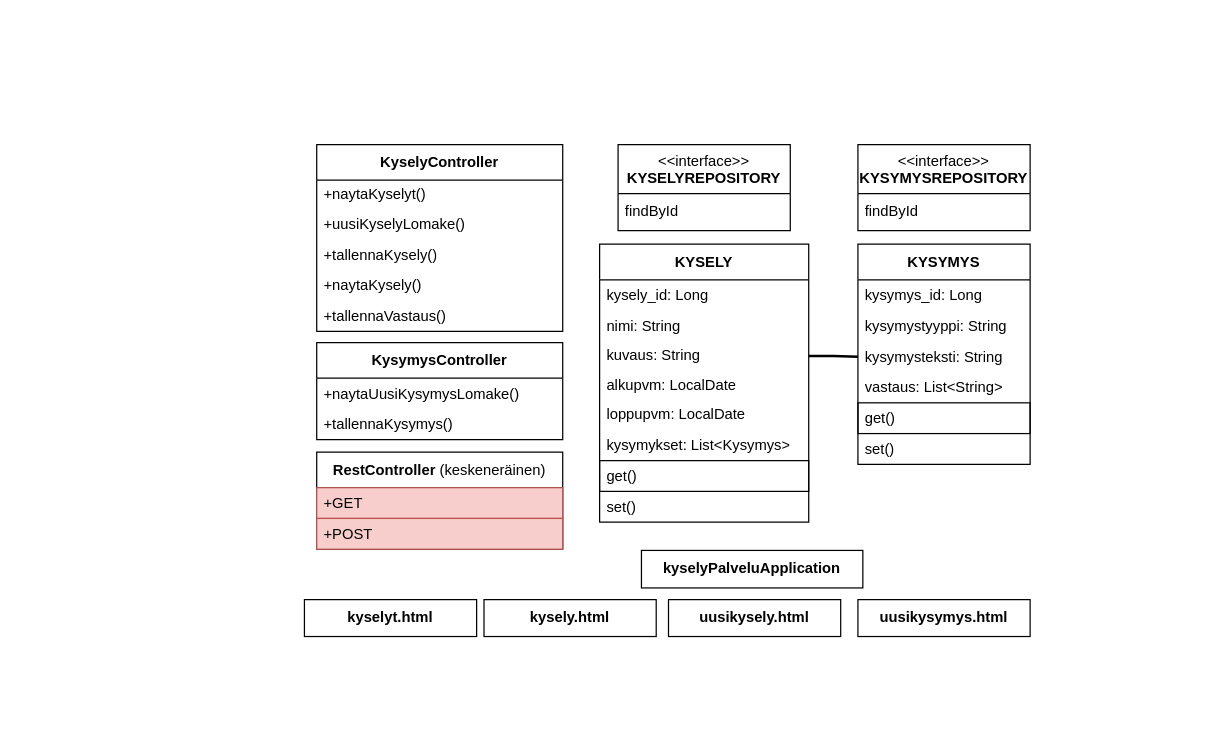
The draw.io diagram page "Sivu-1" (1 of 2) of Kaaviot/javakaavio_kysely.drawio in Scrumionit/Dokumentaatio-repo, before the edit. Source tidied: cells renumbered, new cells numbered last; positions are measured from the earlier drawing's top-left corner, leaving out a move shared by most shapes. Both pictures are drawn from the tidied source at 123%, with x=0, y=0 at pixel (304, 144).
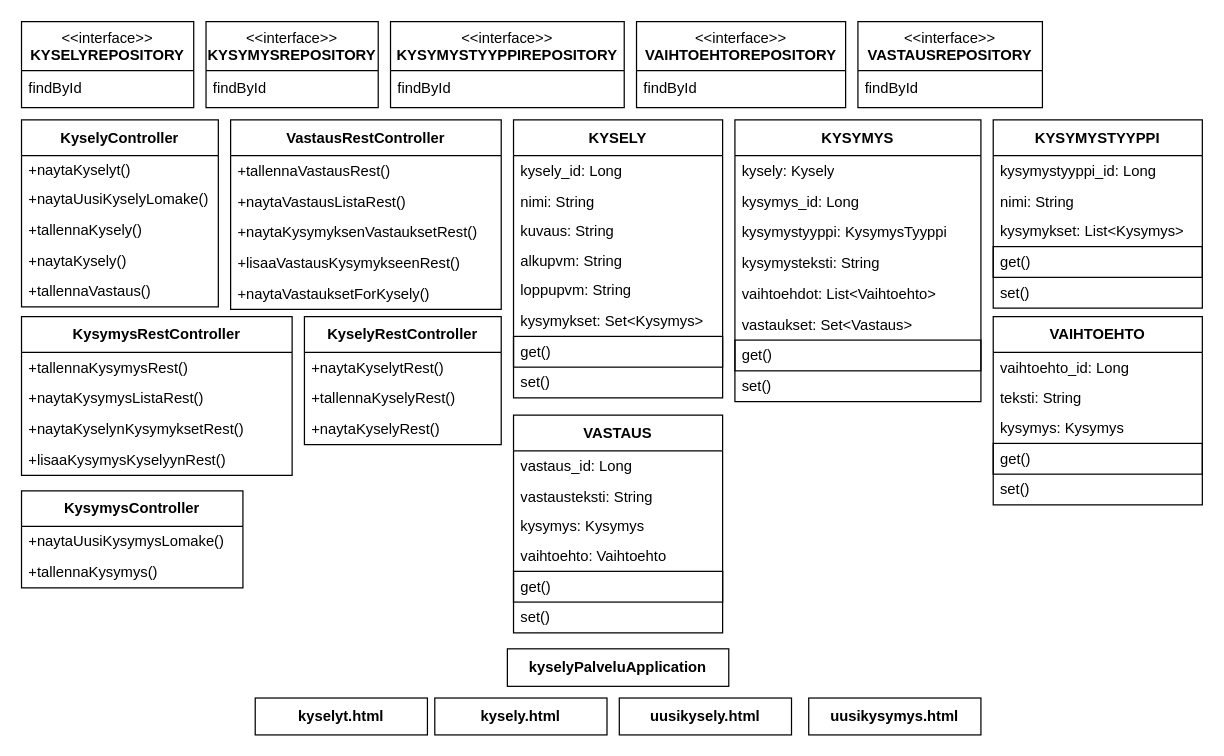
The same diagram, later.

Commit message:
Uusi javakaavio drawio.

Unchanged cells that the change refers to:
```xml
<mxCell id="5" value="kuvaus: String" style="text;html=1;strokeColor=none;fillColor=none;align=left;verticalAlign=middle;spacingLeft=4;spacingRight=4;overflow=hidden;points=[[0,0.5],[1,0.5]];portConstraint=eastwest;whiteSpace=wrap;" parent="2" vertex="1">
  <mxGeometry y="79" width="170" height="24" as="geometry" />
</mxCell>
```

The edit, as a diff of the source:
```diff
@@
     <mxCell id="2" value="KYSELY" style="swimlane;fontStyle=1;align=center;verticalAlign=middle;horizontal=1;startSize=29;html=1;whiteSpace=wrap;" parent="1" vertex="1">
-      <mxGeometry x="240" y="81" width="170" height="226" as="geometry" />
+      <mxGeometry x="170" y="-20" width="170" height="226" as="geometry" />
     </mxCell>
@@
-    <mxCell id="6" value="alkupvm: LocalDate" style="text;html=1;strokeColor=none;fillColor=none;align=left;verticalAlign=middle;spacingLeft=4;spacingRight=4;overflow=hidden;whiteSpace=wrap;" parent="2" vertex="1">
+    <mxCell id="6" value="alkupvm: String" style="text;html=1;strokeColor=none;fillColor=none;align=left;verticalAlign=middle;spacingLeft=4;spacingRight=4;overflow=hidden;whiteSpace=wrap;" parent="2" vertex="1">
       <mxGeometry y="103" width="170" height="24" as="geometry" />
     </mxCell>
-    <mxCell id="7" value="loppupvm: LocalDate" style="text;html=1;strokeColor=none;fillColor=none;align=left;verticalAlign=middle;spacingLeft=4;spacingRight=4;overflow=hidden;whiteSpace=wrap;" parent="2" vertex="1">
+    <mxCell id="7" value="loppupvm: String" style="text;html=1;strokeColor=none;fillColor=none;align=left;verticalAlign=middle;spacingLeft=4;spacingRight=4;overflow=hidden;whiteSpace=wrap;" parent="2" vertex="1">
       <mxGeometry y="127" width="170" height="24" as="geometry" />
     </mxCell>
-    <mxCell id="8" value="kysymykset: List&amp;lt;Kysymys&amp;gt;" style="text;html=1;strokeColor=none;fillColor=none;align=left;verticalAlign=middle;spacingLeft=4;spacingRight=4;overflow=hidden;whiteSpace=wrap;" parent="2" vertex="1">
+    <mxCell id="8" value="kysymykset: Set&amp;lt;Kysymys&amp;gt;" style="text;html=1;strokeColor=none;fillColor=none;align=left;verticalAlign=middle;spacingLeft=4;spacingRight=4;overflow=hidden;whiteSpace=wrap;" parent="2" vertex="1">
       <mxGeometry y="151" width="170" height="25" as="geometry" />
     </mxCell>
@@
     <mxCell id="11" value="KYSYMYS" style="swimlane;fontStyle=1;align=center;verticalAlign=middle;horizontal=1;startSize=29;html=1;whiteSpace=wrap;" parent="1" vertex="1">
-      <mxGeometry x="450" y="81" width="140" height="179" as="geometry" />
+      <mxGeometry x="350" y="-20" width="200" height="229" as="geometry" />
     </mxCell>
+    <mxCell id="40" value="kysely: Kysely" style="text;html=1;strokeColor=none;fillColor=none;align=left;verticalAlign=middle;spacingLeft=4;spacingRight=4;overflow=hidden;whiteSpace=wrap;" parent="11" vertex="1">
+      <mxGeometry y="29" width="200" height="25" as="geometry" />
+    </mxCell>
     <mxCell id="12" value="kysymys_id: Long" style="text;html=1;strokeColor=none;fillColor=none;align=left;verticalAlign=middle;spacingLeft=4;spacingRight=4;overflow=hidden;whiteSpace=wrap;" parent="11" vertex="1">
-      <mxGeometry y="29" width="140" height="25" as="geometry" />
+      <mxGeometry y="54" width="200" height="25" as="geometry" />
     </mxCell>
-    <mxCell id="13" value="kysymystyyppi: String" style="text;html=1;strokeColor=none;fillColor=none;align=left;verticalAlign=middle;spacingLeft=4;spacingRight=4;overflow=hidden;whiteSpace=wrap;" parent="11" vertex="1">
-      <mxGeometry y="54" width="140" height="25" as="geometry" />
+    <mxCell id="13" value="kysymystyyppi: KysymysTyyppi" style="text;html=1;strokeColor=none;fillColor=none;align=left;verticalAlign=middle;spacingLeft=4;spacingRight=4;overflow=hidden;whiteSpace=wrap;" parent="11" vertex="1">
+      <mxGeometry y="79" width="200" height="25" as="geometry" />
     </mxCell>
     <mxCell id="14" value="kysymysteksti: String" style="text;html=1;strokeColor=none;fillColor=none;align=left;verticalAlign=middle;spacingLeft=4;spacingRight=4;overflow=hidden;points=[[0,0.5],[1,0.5]];portConstraint=eastwest;whiteSpace=wrap;" parent="11" vertex="1">
-      <mxGeometry y="79" width="140" height="25" as="geometry" />
+      <mxGeometry y="104" width="200" height="25" as="geometry" />
     </mxCell>
+    <mxCell id="41" value="vaihtoehdot: List&amp;lt;Vaihtoehto&amp;gt;" style="text;html=1;strokeColor=none;fillColor=none;align=left;verticalAlign=middle;spacingLeft=4;spacingRight=4;overflow=hidden;whiteSpace=wrap;" parent="11" vertex="1">
+      <mxGeometry y="129" width="200" height="25" as="geometry" />
+    </mxCell>
-    <mxCell id="15" value="vastaus: List&amp;lt;String&amp;gt;" style="text;html=1;strokeColor=none;fillColor=none;align=left;verticalAlign=middle;spacingLeft=4;spacingRight=4;overflow=hidden;whiteSpace=wrap;" parent="11" vertex="1">
-      <mxGeometry y="104" width="140" height="25" as="geometry" />
+    <mxCell id="15" value="vastaukset: Set&amp;lt;Vastaus&amp;gt;" style="text;html=1;strokeColor=none;fillColor=none;align=left;verticalAlign=middle;spacingLeft=4;spacingRight=4;overflow=hidden;whiteSpace=wrap;" parent="11" vertex="1">
+      <mxGeometry y="154" width="200" height="25" as="geometry" />
     </mxCell>
     <mxCell id="16" value="get()" style="text;html=1;strokeColor=default;fillColor=none;align=left;verticalAlign=middle;spacingLeft=4;spacingRight=4;overflow=hidden;whiteSpace=wrap;" parent="11" vertex="1">
-      <mxGeometry y="129" width="140" height="25" as="geometry" />
+      <mxGeometry y="179" width="200" height="25" as="geometry" />
     </mxCell>
     <mxCell id="17" value="set()" style="text;html=1;strokeColor=none;fillColor=none;align=left;verticalAlign=middle;spacingLeft=4;spacingRight=4;overflow=hidden;whiteSpace=wrap;" parent="11" vertex="1">
-      <mxGeometry y="154" width="140" height="25" as="geometry" />
+      <mxGeometry y="204" width="200" height="25" as="geometry" />
     </mxCell>
     <mxCell id="18" value="&amp;lt;&amp;lt;interface&amp;gt;&amp;gt;&lt;br&gt;&lt;b&gt;KYSELYREPOSITORY&lt;/b&gt;" style="swimlane;fontStyle=0;align=center;verticalAlign=top;horizontal=1;startSize=40;html=1;whiteSpace=wrap;" parent="1" vertex="1">
-      <mxGeometry x="255" width="140" height="70" as="geometry" />
+      <mxGeometry x="-230" y="-100" width="140" height="70" as="geometry" />
     </mxCell>
@@
     <mxCell id="20" value="&amp;lt;&amp;lt;interface&amp;gt;&amp;gt;&lt;br&gt;&lt;b&gt;KYSYMYSREPOSITORY&lt;/b&gt;" style="swimlane;fontStyle=0;align=center;verticalAlign=top;horizontal=1;startSize=40;html=1;whiteSpace=wrap;" parent="1" vertex="1">
-      <mxGeometry x="450" width="140" height="70" as="geometry" />
+      <mxGeometry x="-80" y="-100" width="140" height="70" as="geometry" />
     </mxCell>
@@
     <mxCell id="22" value="kyselyt.html" style="fontStyle=1;whiteSpace=wrap;html=1;" parent="1" vertex="1">
-      <mxGeometry y="370" width="140" height="30" as="geometry" />
+      <mxGeometry x="-40" y="450" width="140" height="30" as="geometry" />
     </mxCell>
     <mxCell id="23" value="uusikysely.html" style="fontStyle=1;whiteSpace=wrap;html=1;" parent="1" vertex="1">
-      <mxGeometry x="296" y="370" width="140" height="30" as="geometry" />
+      <mxGeometry x="256" y="450" width="140" height="30" as="geometry" />
     </mxCell>
     <mxCell id="24" value="uusikysymys.html" style="fontStyle=1;whiteSpace=wrap;html=1;" parent="1" vertex="1">
-      <mxGeometry x="450" y="370" width="140" height="30" as="geometry" />
+      <mxGeometry x="410" y="450" width="140" height="30" as="geometry" />
     </mxCell>
     <mxCell id="25" value="KyselyController" style="swimlane;fontStyle=1;align=center;verticalAlign=middle;horizontal=1;startSize=29;html=1;whiteSpace=wrap;" parent="1" vertex="1">
-      <mxGeometry x="10" width="200" height="152" as="geometry" />
+      <mxGeometry x="-230" y="-20" width="160" height="152" as="geometry" />
     </mxCell>
     <mxCell id="26" value="+naytaKyselyt()" style="text;html=1;strokeColor=none;fillColor=none;align=left;verticalAlign=middle;spacingLeft=4;spacingRight=4;overflow=hidden;whiteSpace=wrap;" parent="25" vertex="1">
-      <mxGeometry y="29" width="200" height="23" as="geometry" />
+      <mxGeometry y="29" width="160" height="23" as="geometry" />
     </mxCell>
-    <mxCell id="27" value="+uusiKyselyLomake()" style="text;html=1;strokeColor=none;fillColor=none;align=left;verticalAlign=middle;spacingLeft=4;spacingRight=4;overflow=hidden;whiteSpace=wrap;" parent="25" vertex="1">
-      <mxGeometry y="52" width="200" height="25" as="geometry" />
+    <mxCell id="27" value="+naytaUusiKyselyLomake()" style="text;html=1;strokeColor=none;fillColor=none;align=left;verticalAlign=middle;spacingLeft=4;spacingRight=4;overflow=hidden;whiteSpace=wrap;" parent="25" vertex="1">
+      <mxGeometry y="52" width="160" height="25" as="geometry" />
     </mxCell>
     <mxCell id="28" value="+tallennaKysely()" style="text;html=1;strokeColor=none;fillColor=none;align=left;verticalAlign=middle;spacingLeft=4;spacingRight=4;overflow=hidden;whiteSpace=wrap;" parent="25" vertex="1">
-      <mxGeometry y="77" width="200" height="25" as="geometry" />
+      <mxGeometry y="77" width="160" height="25" as="geometry" />
     </mxCell>
     <mxCell id="29" value="+naytaKysely()" style="text;html=1;strokeColor=none;fillColor=none;align=left;verticalAlign=middle;spacingLeft=4;spacingRight=4;overflow=hidden;whiteSpace=wrap;" parent="25" vertex="1">
-      <mxGeometry y="102" width="200" height="25" as="geometry" />
+      <mxGeometry y="102" width="160" height="25" as="geometry" />
     </mxCell>
     <mxCell id="30" value="+tallennaVastaus()" style="text;html=1;strokeColor=none;fillColor=none;align=left;verticalAlign=middle;spacingLeft=4;spacingRight=4;overflow=hidden;whiteSpace=wrap;" parent="25" vertex="1">
-      <mxGeometry y="127" width="200" height="25" as="geometry" />
+      <mxGeometry y="127" width="160" height="25" as="geometry" />
     </mxCell>
     <mxCell id="31" value="kyselyPalvelu&lt;span style=&quot;background-color: transparent; color: light-dark(rgb(0, 0, 0), rgb(255, 255, 255));&quot;&gt;Application&lt;/span&gt;" style="fontStyle=1;whiteSpace=wrap;html=1;" parent="1" vertex="1">
-      <mxGeometry x="274" y="330" width="180" height="30.5" as="geometry" />
+      <mxGeometry x="165" y="410" width="180" height="30.5" as="geometry" />
     </mxCell>
     <mxCell id="32" value="kysely.html" style="fontStyle=1;whiteSpace=wrap;html=1;" parent="1" vertex="1">
-      <mxGeometry x="146" y="370" width="140" height="30" as="geometry" />
+      <mxGeometry x="106" y="450" width="140" height="30" as="geometry" />
     </mxCell>
     <mxCell id="33" value="KysymysController" style="swimlane;fontStyle=1;align=center;verticalAlign=middle;horizontal=1;startSize=29;html=1;whiteSpace=wrap;" parent="1" vertex="1">
-      <mxGeometry x="10" y="161" width="200" height="79" as="geometry" />
+      <mxGeometry x="-230" y="281.5" width="180" height="79" as="geometry" />
     </mxCell>
     <mxCell id="34" value="+naytaUusiKysymysLomake()" style="text;html=1;strokeColor=none;fillColor=none;align=left;verticalAlign=middle;spacingLeft=4;spacingRight=4;overflow=hidden;whiteSpace=wrap;" parent="33" vertex="1">
-      <mxGeometry y="29" width="200" height="25" as="geometry" />
+      <mxGeometry y="29" width="180" height="25" as="geometry" />
     </mxCell>
     <mxCell id="35" value="+tallennaKysymys()" style="text;html=1;strokeColor=none;fillColor=none;align=left;verticalAlign=middle;spacingLeft=4;spacingRight=4;overflow=hidden;whiteSpace=wrap;" parent="33" vertex="1">
-      <mxGeometry y="54" width="200" height="25" as="geometry" />
+      <mxGeometry y="54" width="180" height="25" as="geometry" />
     </mxCell>
-    <mxCell id="36" value="RestController&amp;nbsp;&lt;span style=&quot;font-weight: 400; text-align: left;&quot;&gt;(keskeneräinen)&lt;/span&gt;" style="swimlane;fontStyle=1;align=center;verticalAlign=middle;horizontal=1;startSize=29;html=1;whiteSpace=wrap;" parent="1" vertex="1">
-      <mxGeometry x="10" y="250" width="200" height="79" as="geometry" />
+    <mxCell id="36" value="KyselyRestController" style="swimlane;fontStyle=1;align=center;verticalAlign=middle;horizontal=1;startSize=29;html=1;whiteSpace=wrap;" parent="1" vertex="1">
+      <mxGeometry y="140" width="160" height="104" as="geometry" />
     </mxCell>
-    <mxCell id="37" value="+GET" style="text;html=1;strokeColor=#b85450;fillColor=#f8cecc;align=left;verticalAlign=middle;spacingLeft=4;spacingRight=4;overflow=hidden;whiteSpace=wrap;" parent="36" vertex="1">
-      <mxGeometry y="29" width="200" height="25" as="geometry" />
+    <mxCell id="37" value="+naytaKyselytRest()" style="text;html=1;align=left;verticalAlign=middle;spacingLeft=4;spacingRight=4;overflow=hidden;whiteSpace=wrap;" parent="36" vertex="1">
+      <mxGeometry y="29" width="160" height="25" as="geometry" />
     </mxCell>
-    <mxCell id="38" value="+POST" style="text;html=1;strokeColor=#b85450;fillColor=#f8cecc;align=left;verticalAlign=middle;spacingLeft=4;spacingRight=4;overflow=hidden;whiteSpace=wrap;" parent="36" vertex="1">
-      <mxGeometry y="54" width="200" height="25" as="geometry" />
+    <mxCell id="38" value="+tallennaKyselyRest()" style="text;html=1;align=left;verticalAlign=middle;spacingLeft=4;spacingRight=4;overflow=hidden;whiteSpace=wrap;" parent="36" vertex="1">
+      <mxGeometry y="54" width="160" height="25" as="geometry" />
     </mxCell>
-    <mxCell id="39" style="edgeStyle=orthogonalEdgeStyle;rounded=0;jettySize=auto;html=1;exitX=1;exitY=0.5;exitDx=0;exitDy=0;entryX=0;entryY=0.5;entryDx=0;entryDy=0;endArrow=none;endFill=0;strokeWidth=2;" parent="1" edge="1" source="5" target="14">
-      <mxGeometry relative="1" as="geometry" />
-    </mxCell>
+    <mxCell id="42" value="+naytaKyselyRest()" style="text;html=1;align=left;verticalAlign=middle;spacingLeft=4;spacingRight=4;overflow=hidden;whiteSpace=wrap;" parent="36" vertex="1">
+      <mxGeometry y="79" width="160" height="25" as="geometry" />
+    </mxCell>
+    <mxCell id="43" value="&amp;lt;&amp;lt;interface&amp;gt;&amp;gt;&lt;br&gt;&lt;b&gt;KYSYMYSTYYPPIREPOSITORY&lt;/b&gt;" style="swimlane;fontStyle=0;align=center;verticalAlign=top;horizontal=1;startSize=40;html=1;whiteSpace=wrap;" parent="1" vertex="1">
+      <mxGeometry x="70" y="-100" width="190" height="70" as="geometry" />
+    </mxCell>
+    <mxCell id="44" value="findById" style="text;html=1;strokeColor=none;fillColor=none;align=left;verticalAlign=middle;spacingLeft=4;spacingRight=4;overflow=hidden;whiteSpace=wrap;" parent="43" vertex="1">
+      <mxGeometry y="40" width="190" height="30" as="geometry" />
+    </mxCell>
+    <mxCell id="45" value="&amp;lt;&amp;lt;interface&amp;gt;&amp;gt;&lt;br&gt;&lt;b&gt;VAIHTOEHTOREPOSITORY&lt;/b&gt;" style="swimlane;fontStyle=0;align=center;verticalAlign=top;horizontal=1;startSize=40;html=1;whiteSpace=wrap;" parent="1" vertex="1">
+      <mxGeometry x="270" y="-100" width="170" height="70" as="geometry" />
+    </mxCell>
+    <mxCell id="46" value="findById" style="text;html=1;strokeColor=none;fillColor=none;align=left;verticalAlign=middle;spacingLeft=4;spacingRight=4;overflow=hidden;whiteSpace=wrap;" parent="45" vertex="1">
+      <mxGeometry y="40" width="170" height="30" as="geometry" />
+    </mxCell>
+    <mxCell id="47" value="&amp;lt;&amp;lt;interface&amp;gt;&amp;gt;&lt;br&gt;&lt;b&gt;VASTAUSREPOSITORY&lt;/b&gt;" style="swimlane;fontStyle=0;align=center;verticalAlign=top;horizontal=1;startSize=40;html=1;whiteSpace=wrap;" parent="1" vertex="1">
+      <mxGeometry x="450" y="-100" width="150" height="70" as="geometry" />
+    </mxCell>
+    <mxCell id="48" value="findById" style="text;html=1;strokeColor=none;fillColor=none;align=left;verticalAlign=middle;spacingLeft=4;spacingRight=4;overflow=hidden;whiteSpace=wrap;" parent="47" vertex="1">
+      <mxGeometry y="40" width="150" height="30" as="geometry" />
+    </mxCell>
+    <mxCell id="49" value="KysymysRestController" style="swimlane;fontStyle=1;align=center;verticalAlign=middle;horizontal=1;startSize=29;html=1;whiteSpace=wrap;" parent="1" vertex="1">
+      <mxGeometry x="-230" y="140" width="220" height="129" as="geometry" />
+    </mxCell>
+    <mxCell id="50" value="+tallennaKysymysRest()" style="text;html=1;align=left;verticalAlign=middle;spacingLeft=4;spacingRight=4;overflow=hidden;whiteSpace=wrap;" parent="49" vertex="1">
+      <mxGeometry y="29" width="220" height="25" as="geometry" />
+    </mxCell>
+    <mxCell id="51" value="+naytaKysymysListaRest()" style="text;html=1;align=left;verticalAlign=middle;spacingLeft=4;spacingRight=4;overflow=hidden;whiteSpace=wrap;" parent="49" vertex="1">
+      <mxGeometry y="54" width="220" height="25" as="geometry" />
+    </mxCell>
+    <mxCell id="52" value="+naytaKyselynKysymyksetRest()" style="text;html=1;align=left;verticalAlign=middle;spacingLeft=4;spacingRight=4;overflow=hidden;whiteSpace=wrap;" parent="49" vertex="1">
+      <mxGeometry y="79" width="220" height="25" as="geometry" />
+    </mxCell>
+    <mxCell id="53" value="+lisaaKysymysKyselyynRest()" style="text;html=1;align=left;verticalAlign=middle;spacingLeft=4;spacingRight=4;overflow=hidden;whiteSpace=wrap;" parent="49" vertex="1">
+      <mxGeometry y="104" width="220" height="25" as="geometry" />
+    </mxCell>
+    <mxCell id="54" value="VastausRestController" style="swimlane;fontStyle=1;align=center;verticalAlign=middle;horizontal=1;startSize=29;html=1;whiteSpace=wrap;" parent="1" vertex="1">
+      <mxGeometry x="-60" y="-20" width="220" height="154" as="geometry" />
+    </mxCell>
+    <mxCell id="55" value="+tallennaVastausRest()" style="text;html=1;align=left;verticalAlign=middle;spacingLeft=4;spacingRight=4;overflow=hidden;whiteSpace=wrap;" parent="54" vertex="1">
+      <mxGeometry y="29" width="220" height="25" as="geometry" />
+    </mxCell>
+    <mxCell id="56" value="+naytaVastausListaRest()" style="text;html=1;align=left;verticalAlign=middle;spacingLeft=4;spacingRight=4;overflow=hidden;whiteSpace=wrap;" parent="54" vertex="1">
+      <mxGeometry y="54" width="220" height="25" as="geometry" />
+    </mxCell>
+    <mxCell id="57" value="+naytaKysymyksenVastauksetRest()" style="text;html=1;align=left;verticalAlign=middle;spacingLeft=4;spacingRight=4;overflow=hidden;whiteSpace=wrap;" parent="54" vertex="1">
+      <mxGeometry y="79" width="220" height="25" as="geometry" />
+    </mxCell>
+    <mxCell id="58" value="+lisaaVastausKysymykseenRest()" style="text;html=1;align=left;verticalAlign=middle;spacingLeft=4;spacingRight=4;overflow=hidden;whiteSpace=wrap;" parent="54" vertex="1">
+      <mxGeometry y="104" width="220" height="25" as="geometry" />
+    </mxCell>
+    <mxCell id="59" value="+naytaVastauksetForKysely()" style="text;html=1;align=left;verticalAlign=middle;spacingLeft=4;spacingRight=4;overflow=hidden;whiteSpace=wrap;" parent="54" vertex="1">
+      <mxGeometry y="129" width="220" height="25" as="geometry" />
+    </mxCell>
+    <mxCell id="60" value="KYSYMYSTYYPPI" style="swimlane;fontStyle=1;align=center;verticalAlign=middle;horizontal=1;startSize=29;html=1;whiteSpace=wrap;" parent="1" vertex="1">
+      <mxGeometry x="560" y="-20" width="170" height="153" as="geometry" />
+    </mxCell>
+    <mxCell id="61" value="kysymystyyppi_id: Long" style="text;html=1;strokeColor=none;fillColor=none;align=left;verticalAlign=middle;spacingLeft=4;spacingRight=4;overflow=hidden;whiteSpace=wrap;" parent="60" vertex="1">
+      <mxGeometry y="29" width="170" height="25" as="geometry" />
+    </mxCell>
+    <mxCell id="62" value="nimi: String" style="text;html=1;strokeColor=none;fillColor=none;align=left;verticalAlign=middle;spacingLeft=4;spacingRight=4;overflow=hidden;whiteSpace=wrap;" parent="60" vertex="1">
+      <mxGeometry y="54" width="170" height="25" as="geometry" />
+    </mxCell>
+    <mxCell id="63" value="kysymykset: List&amp;lt;Kysymys&amp;gt;" style="text;html=1;strokeColor=none;fillColor=none;align=left;verticalAlign=middle;spacingLeft=4;spacingRight=4;overflow=hidden;whiteSpace=wrap;" parent="60" vertex="1">
+      <mxGeometry y="79" width="170" height="24" as="geometry" />
+    </mxCell>
+    <mxCell id="64" value="get()" style="text;html=1;align=left;verticalAlign=middle;spacingLeft=4;spacingRight=4;overflow=hidden;whiteSpace=wrap;rounded=0;strokeColor=default;" parent="60" vertex="1">
+      <mxGeometry y="103" width="170" height="25" as="geometry" />
+    </mxCell>
+    <mxCell id="65" value="set()" style="text;html=1;strokeColor=none;fillColor=none;align=left;verticalAlign=middle;spacingLeft=4;spacingRight=4;overflow=hidden;whiteSpace=wrap;" parent="60" vertex="1">
+      <mxGeometry y="128" width="170" height="25" as="geometry" />
+    </mxCell>
+    <mxCell id="66" value="VAIHTOEHTO" style="swimlane;fontStyle=1;align=center;verticalAlign=middle;horizontal=1;startSize=29;html=1;whiteSpace=wrap;" parent="1" vertex="1">
+      <mxGeometry x="560" y="140" width="170" height="153" as="geometry" />
+    </mxCell>
+    <mxCell id="67" value="vaihtoehto_id: Long" style="text;html=1;strokeColor=none;fillColor=none;align=left;verticalAlign=middle;spacingLeft=4;spacingRight=4;overflow=hidden;whiteSpace=wrap;" parent="66" vertex="1">
+      <mxGeometry y="29" width="170" height="25" as="geometry" />
+    </mxCell>
+    <mxCell id="68" value="teksti: String" style="text;html=1;strokeColor=none;fillColor=none;align=left;verticalAlign=middle;spacingLeft=4;spacingRight=4;overflow=hidden;whiteSpace=wrap;" parent="66" vertex="1">
+      <mxGeometry y="54" width="170" height="25" as="geometry" />
+    </mxCell>
+    <mxCell id="69" value="kysymys: Kysymys" style="text;html=1;strokeColor=none;fillColor=none;align=left;verticalAlign=middle;spacingLeft=4;spacingRight=4;overflow=hidden;whiteSpace=wrap;" parent="66" vertex="1">
+      <mxGeometry y="79" width="170" height="24" as="geometry" />
+    </mxCell>
+    <mxCell id="70" value="get()" style="text;html=1;align=left;verticalAlign=middle;spacingLeft=4;spacingRight=4;overflow=hidden;whiteSpace=wrap;rounded=0;strokeColor=default;" parent="66" vertex="1">
+      <mxGeometry y="103" width="170" height="25" as="geometry" />
+    </mxCell>
+    <mxCell id="71" value="set()" style="text;html=1;strokeColor=none;fillColor=none;align=left;verticalAlign=middle;spacingLeft=4;spacingRight=4;overflow=hidden;whiteSpace=wrap;" parent="66" vertex="1">
+      <mxGeometry y="128" width="170" height="25" as="geometry" />
+    </mxCell>
+    <mxCell id="72" value="VASTAUS" style="swimlane;fontStyle=1;align=center;verticalAlign=middle;horizontal=1;startSize=29;html=1;whiteSpace=wrap;" parent="1" vertex="1">
+      <mxGeometry x="170" y="220" width="170" height="177" as="geometry" />
+    </mxCell>
+    <mxCell id="73" value="vastaus_id: Long" style="text;html=1;strokeColor=none;fillColor=none;align=left;verticalAlign=middle;spacingLeft=4;spacingRight=4;overflow=hidden;whiteSpace=wrap;" parent="72" vertex="1">
+      <mxGeometry y="29" width="170" height="25" as="geometry" />
+    </mxCell>
+    <mxCell id="74" value="vastausteksti: String" style="text;html=1;strokeColor=none;fillColor=none;align=left;verticalAlign=middle;spacingLeft=4;spacingRight=4;overflow=hidden;whiteSpace=wrap;" parent="72" vertex="1">
+      <mxGeometry y="54" width="170" height="25" as="geometry" />
+    </mxCell>
+    <mxCell id="75" value="kysymys: Kysymys" style="text;html=1;strokeColor=none;fillColor=none;align=left;verticalAlign=middle;spacingLeft=4;spacingRight=4;overflow=hidden;whiteSpace=wrap;" parent="72" vertex="1">
+      <mxGeometry y="79" width="170" height="24" as="geometry" />
+    </mxCell>
+    <mxCell id="76" value="vaihtoehto: Vaihtoehto" style="text;html=1;strokeColor=none;fillColor=none;align=left;verticalAlign=middle;spacingLeft=4;spacingRight=4;overflow=hidden;whiteSpace=wrap;" parent="72" vertex="1">
+      <mxGeometry y="103" width="170" height="24" as="geometry" />
+    </mxCell>
+    <mxCell id="77" value="get()" style="text;html=1;align=left;verticalAlign=middle;spacingLeft=4;spacingRight=4;overflow=hidden;whiteSpace=wrap;rounded=0;strokeColor=default;" parent="72" vertex="1">
+      <mxGeometry y="127" width="170" height="25" as="geometry" />
+    </mxCell>
+    <mxCell id="78" value="set()" style="text;html=1;strokeColor=none;fillColor=none;align=left;verticalAlign=middle;spacingLeft=4;spacingRight=4;overflow=hidden;whiteSpace=wrap;" parent="72" vertex="1">
+      <mxGeometry y="152" width="170" height="25" as="geometry" />
+    </mxCell>
```
